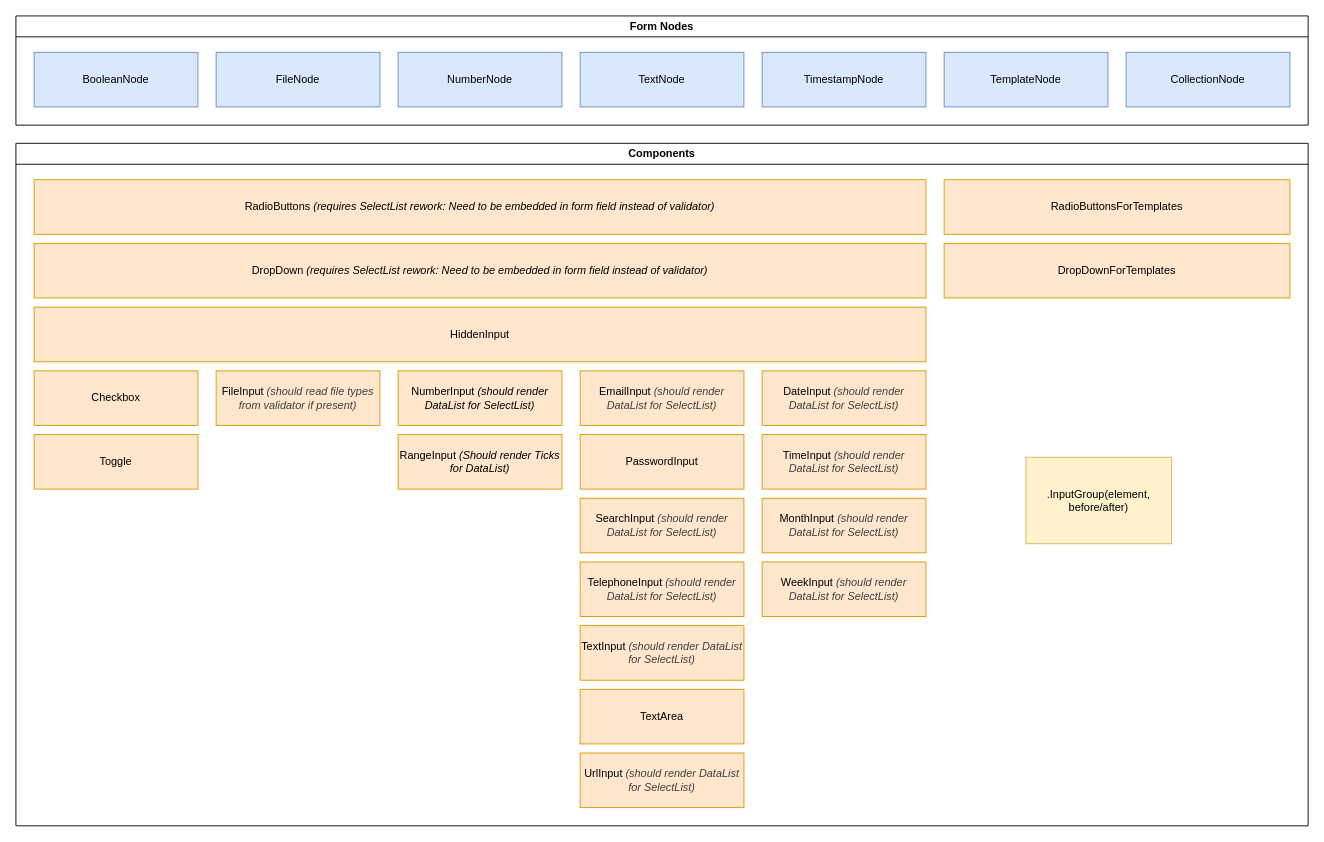
RGXStorm281/common keeps this draw.io diagram as doc/forms-concept/ui_components.drawio. Above is the earlier version. Source tidied: cells renumbered, new cells numbered last; positions are measured from the earlier drawing's top-left corner, leaving out a move shared by most shapes. Both pictures are drawn from the tidied source at 91%, with x=0, y=0 at pixel (15, 15).
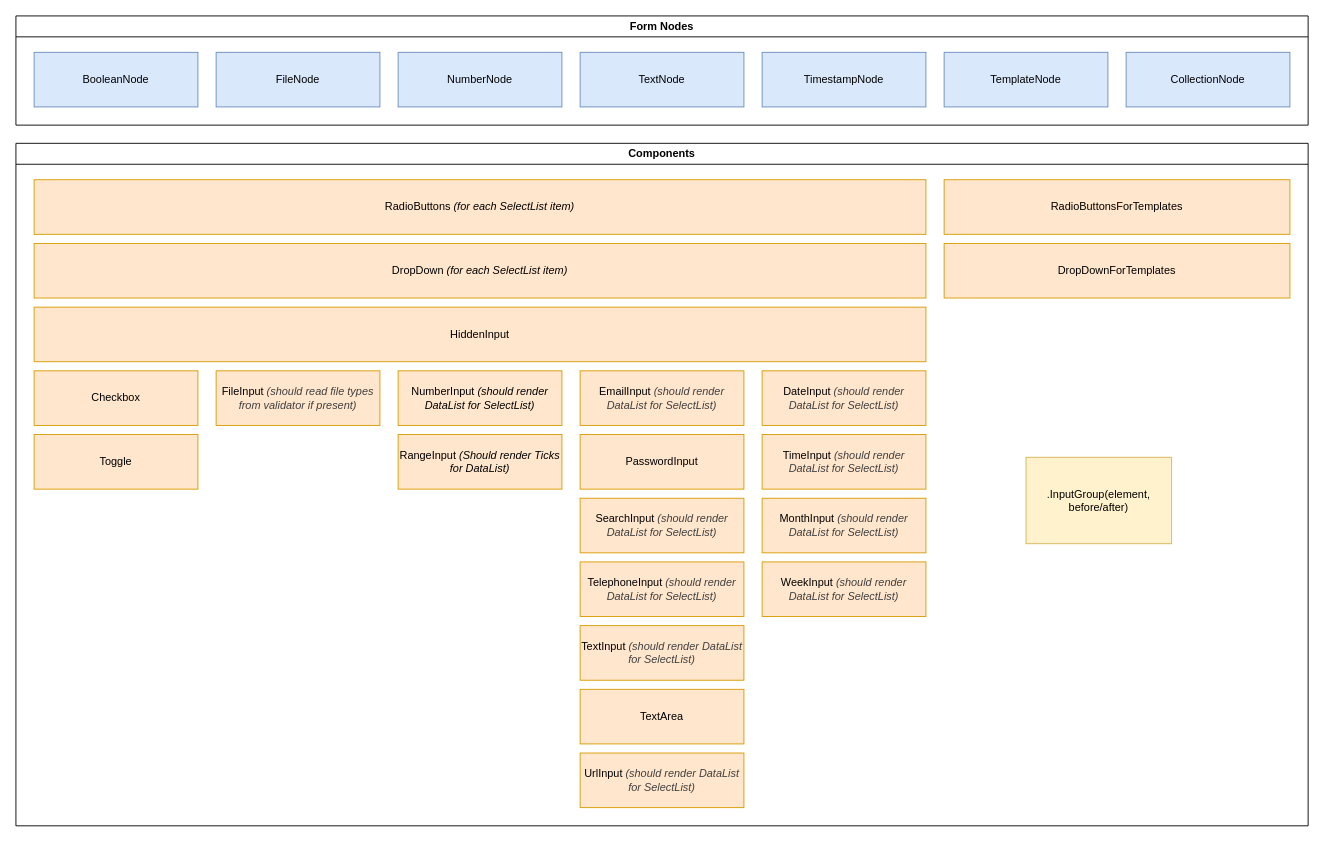
The same diagram, later.

The change refers to these unchanged cells:
```xml
<mxCell id="10" value="Components" style="swimlane;whiteSpace=wrap;html=1;" parent="1" vertex="1">
  <mxGeometry y="140" width="1420" height="750" as="geometry" />
</mxCell>
```

What changed in the source:
```diff
@@
-    <mxCell id="11" value="RadioButtons&amp;nbsp;&lt;i&gt;(requires SelectList rework: Need to be embedded in form field instead of validator)&lt;/i&gt;" style="rounded=0;whiteSpace=wrap;html=1;fillColor=#ffe6cc;strokeColor=#d79b00;" parent="10" vertex="1">
+    <mxCell id="11" value="RadioButtons&amp;nbsp;&lt;i&gt;(for each SelectList item)&lt;/i&gt;" style="rounded=0;whiteSpace=wrap;html=1;fillColor=#ffe6cc;strokeColor=#d79b00;" parent="10" vertex="1">
       <mxGeometry x="20" y="40" width="980" height="60" as="geometry" />
     </mxCell>
@@
-    <mxCell id="19" value="DropDown&amp;nbsp;&lt;i&gt;(requires SelectList rework: Need to be embedded in form field instead of validator)&lt;/i&gt;" style="rounded=0;whiteSpace=wrap;html=1;fillColor=#ffe6cc;strokeColor=#d79b00;" parent="10" vertex="1">
+    <mxCell id="19" value="DropDown&amp;nbsp;&lt;i&gt;(for each SelectList item)&lt;/i&gt;" style="rounded=0;whiteSpace=wrap;html=1;fillColor=#ffe6cc;strokeColor=#d79b00;" parent="10" vertex="1">
       <mxGeometry x="20" y="110" width="980" height="60" as="geometry" />
     </mxCell>
```
